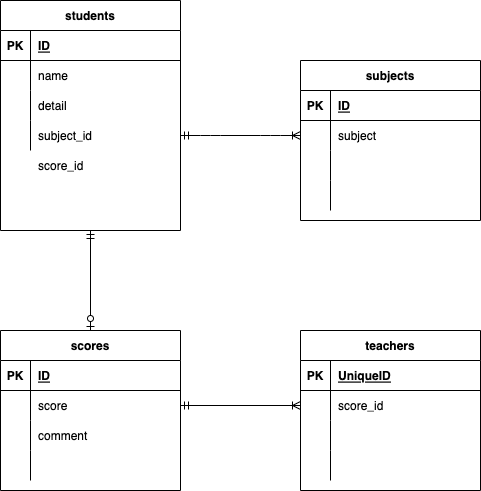
This is test.drawio.png from nishihatakoh/databaseTest, a draw.io export, as it was before one commit. Source tidied: cells renumbered, new cells last; positions are measured from the earlier drawing's top-left corner, leaving out a move shared by most shapes.
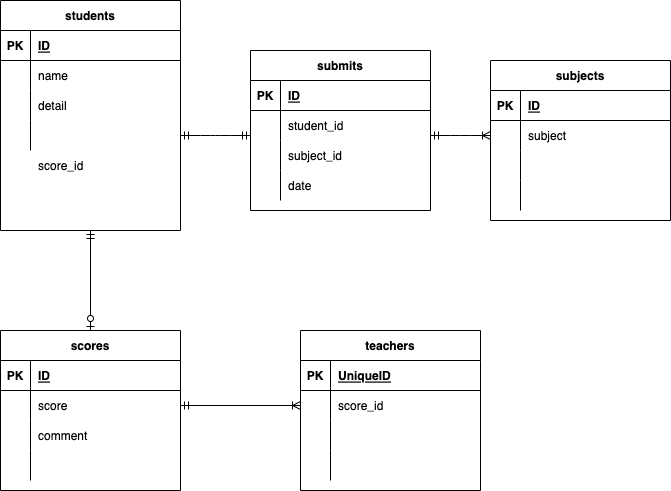
Above is the later version.

The edit, as a diff of the source:
```diff
@@ -38,11 +38,11 @@
     <mxCell id="13" style="shape=partialRectangle;fillColor=none;top=0;left=0;bottom=0;right=0;overflow=hidden;" parent="12" vertex="1">
       <mxGeometry width="30" height="30" as="geometry" />
     </mxCell>
-    <mxCell id="14" value="subject_id" style="shape=partialRectangle;fillColor=none;top=0;left=0;bottom=0;right=0;align=left;spacingLeft=6;overflow=hidden;" parent="12" vertex="1">
+    <mxCell id="14" style="shape=partialRectangle;fillColor=none;top=0;left=0;bottom=0;right=0;align=left;spacingLeft=6;overflow=hidden;" parent="12" vertex="1">
       <mxGeometry x="30" width="150" height="30" as="geometry" />
     </mxCell>
     <mxCell id="15" value="subjects" style="shape=table;startSize=30;rowLines=0;fontStyle=1;align=center;" parent="1" vertex="1">
-      <mxGeometry x="300" y="60" width="180" height="160" as="geometry" />
+      <mxGeometry x="490" y="60" width="180" height="160" as="geometry" />
     </mxCell>
     <mxCell id="16" style="shape=partialRectangle;fillColor=none;top=0;left=0;bottom=1;right=0;" parent="15" vertex="1">
       <mxGeometry y="30" width="180" height="30" as="geometry" />
@@ -80,8 +80,10 @@
     <mxCell id="27" style="shape=partialRectangle;fillColor=none;top=0;left=0;bottom=0;right=0;align=left;spacingLeft=6;overflow=hidden;" parent="25" vertex="1">
       <mxGeometry x="30" width="150" height="30" as="geometry" />
     </mxCell>
-    <mxCell id="28" style="edgeStyle=entityRelationEdgeStyle;fontSize=12;html=1;endArrow=ERoneToMany;startArrow=ERmandOne;exitX=1;exitY=0.5;exitDx=0;exitDy=0;entryX=0;entryY=0.5;entryDx=0;entryDy=0;" parent="1" edge="1" source="12" target="19">
-      <mxGeometry relative="1" as="geometry" />
+    <mxCell id="28" style="edgeStyle=entityRelationEdgeStyle;fontSize=12;html=1;endArrow=ERoneToMany;startArrow=ERmandOne;entryX=0;entryY=0.5;entryDx=0;entryDy=0;" parent="1" edge="1" target="19">
+      <mxGeometry relative="1" as="geometry">
+        <mxPoint x="430" y="135" as="sourcePoint" />
+      </mxGeometry>
     </mxCell>
     <mxCell id="29" style="shape=partialRectangle;fillColor=none;top=0;left=0;bottom=0;right=0;" parent="1" vertex="1">
       <mxGeometry y="150" width="180" height="30" as="geometry" />
@@ -176,5 +178,49 @@
     <mxCell id="59" style="shape=partialRectangle;fillColor=none;top=0;left=0;bottom=0;right=0;align=left;spacingLeft=6;overflow=hidden;" parent="57" vertex="1">
       <mxGeometry x="30" width="150" height="30" as="geometry" />
     </mxCell>
+    <mxCell id="60" value="submits" style="shape=table;startSize=30;rowLines=0;fontStyle=1;align=center;" parent="1" vertex="1">
+      <mxGeometry x="250" y="50" width="180" height="160" as="geometry" />
+    </mxCell>
+    <mxCell id="61" style="shape=partialRectangle;fillColor=none;top=0;left=0;bottom=1;right=0;" parent="60" vertex="1">
+      <mxGeometry y="30" width="180" height="30" as="geometry" />
+    </mxCell>
+    <mxCell id="62" value="PK" style="shape=partialRectangle;fillColor=none;top=0;left=0;bottom=0;right=0;fontStyle=1;overflow=hidden;" parent="61" vertex="1">
+      <mxGeometry width="30" height="30" as="geometry" />
+    </mxCell>
+    <mxCell id="63" value="ID" style="shape=partialRectangle;fillColor=none;top=0;left=0;bottom=0;right=0;align=left;spacingLeft=6;fontStyle=5;overflow=hidden;" parent="61" vertex="1">
+      <mxGeometry x="30" width="150" height="30" as="geometry" />
+    </mxCell>
+    <mxCell id="64" style="shape=partialRectangle;fillColor=none;top=0;left=0;bottom=0;right=0;" parent="60" vertex="1">
+      <mxGeometry y="60" width="180" height="30" as="geometry" />
+    </mxCell>
+    <mxCell id="65" style="shape=partialRectangle;fillColor=none;top=0;left=0;bottom=0;right=0;overflow=hidden;" parent="64" vertex="1">
+      <mxGeometry width="30" height="30" as="geometry" />
+    </mxCell>
+    <mxCell id="66" value="student_id" style="shape=partialRectangle;fillColor=none;top=0;left=0;bottom=0;right=0;align=left;spacingLeft=6;overflow=hidden;" parent="64" vertex="1">
+      <mxGeometry x="30" width="150" height="30" as="geometry" />
+    </mxCell>
+    <mxCell id="67" style="shape=partialRectangle;fillColor=none;top=0;left=0;bottom=0;right=0;" parent="60" vertex="1">
+      <mxGeometry y="90" width="180" height="30" as="geometry" />
+    </mxCell>
+    <mxCell id="68" style="shape=partialRectangle;fillColor=none;top=0;left=0;bottom=0;right=0;overflow=hidden;" parent="67" vertex="1">
+      <mxGeometry width="30" height="30" as="geometry" />
+    </mxCell>
+    <mxCell id="69" value="subject_id" style="shape=partialRectangle;fillColor=none;top=0;left=0;bottom=0;right=0;align=left;spacingLeft=6;overflow=hidden;" parent="67" vertex="1">
+      <mxGeometry x="30" width="150" height="30" as="geometry" />
+    </mxCell>
+    <mxCell id="70" style="shape=partialRectangle;fillColor=none;top=0;left=0;bottom=0;right=0;" parent="60" vertex="1">
+      <mxGeometry y="120" width="180" height="30" as="geometry" />
+    </mxCell>
+    <mxCell id="71" style="shape=partialRectangle;fillColor=none;top=0;left=0;bottom=0;right=0;overflow=hidden;" parent="70" vertex="1">
+      <mxGeometry width="30" height="30" as="geometry" />
+    </mxCell>
+    <mxCell id="72" value="date" style="shape=partialRectangle;fillColor=none;top=0;left=0;bottom=0;right=0;align=left;spacingLeft=6;overflow=hidden;" parent="70" vertex="1">
+      <mxGeometry x="30" width="150" height="30" as="geometry" />
+    </mxCell>
+    <mxCell id="73" style="edgeStyle=entityRelationEdgeStyle;fontSize=12;html=1;endArrow=ERmandOne;startArrow=ERmandOne;exitX=1;exitY=0.5;exitDx=0;exitDy=0;" parent="1" edge="1" source="12">
+      <mxGeometry relative="1" as="geometry">
+        <mxPoint x="250" y="135" as="targetPoint" />
+      </mxGeometry>
+    </mxCell>
   </root>
 </mxGraphModel>
```
